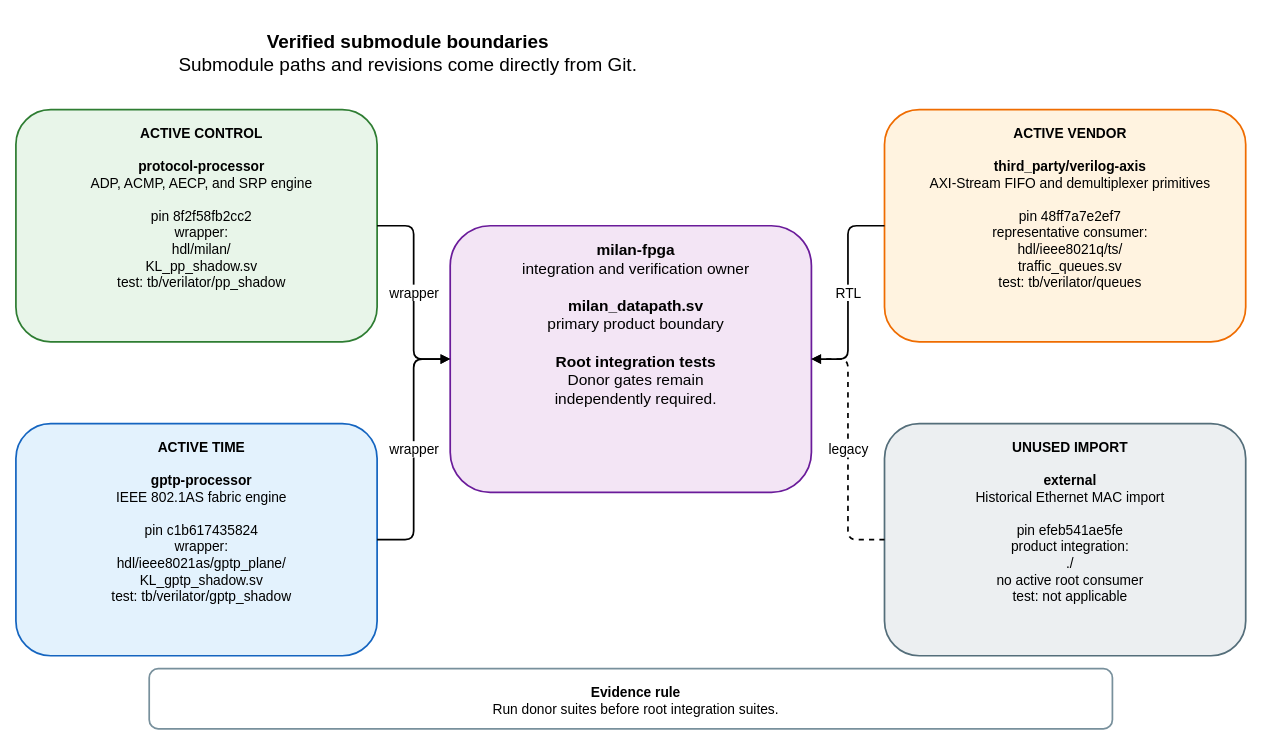
Above: docs/diagrams/submodule_boundaries.drawio in kebag-logic/milan-fpga (draw.io), before the change. Source tidied: cells renumbered, new cells numbered last; positions are measured from the earlier drawing's top-left corner, leaving out a move shared by most shapes. Both pictures are drawn from the tidied source at 86%, with x=0, y=0 at pixel (15, 15).
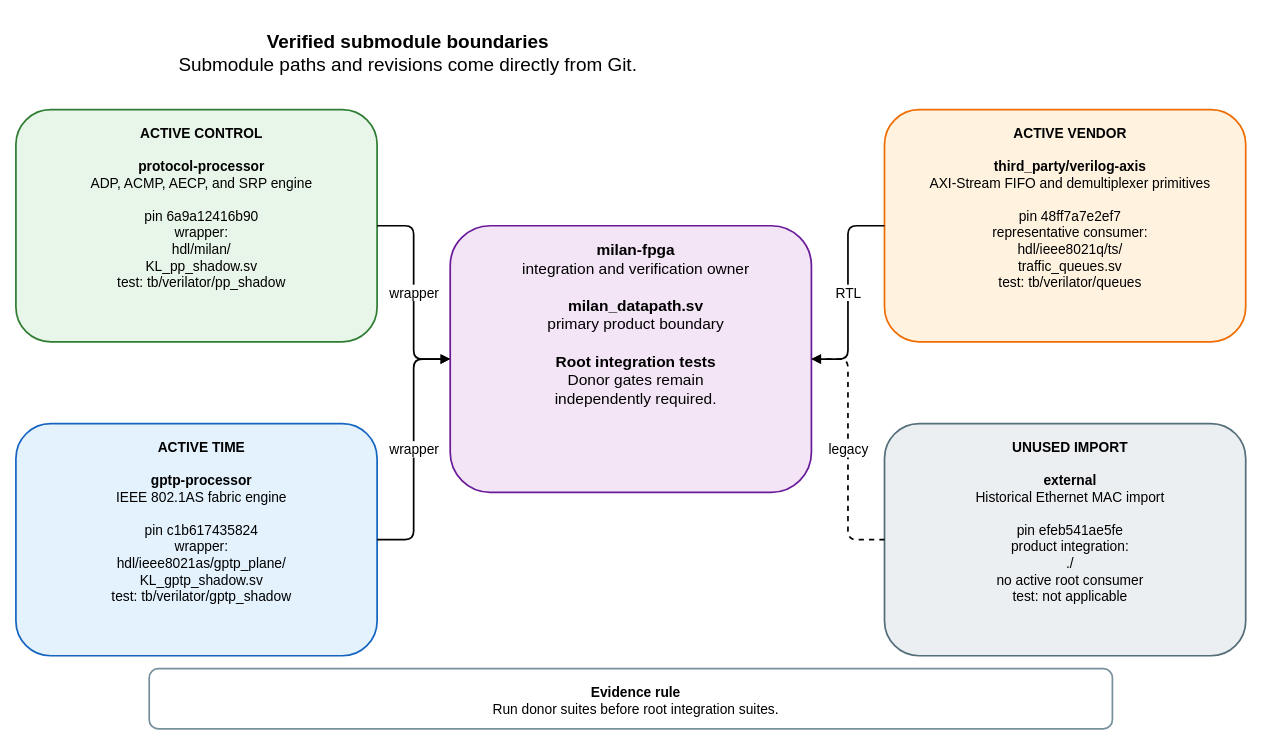
After the change.

What changed in the source:
```diff
@@
 <mxGraphModel>
   <root>
     <mxCell id="0" />
     <mxCell id="1" parent="0" />
     <mxCell id="2" value="&lt;b&gt;Verified submodule boundaries&lt;/b&gt;&lt;br&gt;Submodule paths and revisions come directly from Git." style="rounded=1;whiteSpace=wrap;html=1;verticalAlign=top;spacingTop=12;spacingLeft=12;fontSize=22;fontFamily=Helvetica;fillColor=none;strokeColor=none;strokeWidth=2;" parent="1" vertex="1">
       <mxGeometry width="900" height="65" as="geometry" />
     </mxCell>
     <mxCell id="3" value="&lt;b&gt;milan-fpga&lt;/b&gt;&lt;br&gt;integration and verification owner&lt;br&gt;&lt;br&gt;&lt;b&gt;milan_datapath.sv&lt;/b&gt;&lt;br&gt;primary product boundary&lt;br&gt;&lt;br&gt;&lt;b&gt;Root integration tests&lt;/b&gt;&lt;br&gt;Donor gates remain&lt;br&gt;independently required." style="rounded=1;whiteSpace=wrap;html=1;verticalAlign=top;spacingTop=12;spacingLeft=12;fontSize=18;fontFamily=Helvetica;fillColor=#F3E5F5;strokeColor=#6A1B9A;strokeWidth=2;" parent="1" vertex="1">
       <mxGeometry x="505" y="245" width="420" height="310" as="geometry" />
     </mxCell>
-    <mxCell id="4" value="&lt;b&gt;ACTIVE CONTROL&lt;/b&gt;&lt;br&gt;&lt;br&gt;&lt;b&gt;protocol-processor&lt;/b&gt;&lt;br&gt;ADP, ACMP, AECP, and SRP engine&lt;br&gt;&lt;br&gt;pin 8f2f58fb2cc2&lt;br&gt;wrapper:&lt;br&gt;hdl/milan/&lt;br&gt;KL_pp_shadow.sv&lt;br&gt;test: tb/verilator/pp_shadow" style="rounded=1;whiteSpace=wrap;html=1;verticalAlign=top;spacingTop=12;spacingLeft=12;fontSize=16;fontFamily=Helvetica;fillColor=#E8F5E9;strokeColor=#2E7D32;strokeWidth=2;" parent="1" vertex="1">
+    <mxCell id="4" value="&lt;b&gt;ACTIVE CONTROL&lt;/b&gt;&lt;br&gt;&lt;br&gt;&lt;b&gt;protocol-processor&lt;/b&gt;&lt;br&gt;ADP, ACMP, AECP, and SRP engine&lt;br&gt;&lt;br&gt;pin 6a9a12416b90&lt;br&gt;wrapper:&lt;br&gt;hdl/milan/&lt;br&gt;KL_pp_shadow.sv&lt;br&gt;test: tb/verilator/pp_shadow" style="rounded=1;whiteSpace=wrap;html=1;verticalAlign=top;spacingTop=12;spacingLeft=12;fontSize=16;fontFamily=Helvetica;fillColor=#E8F5E9;strokeColor=#2E7D32;strokeWidth=2;" parent="1" vertex="1">
       <mxGeometry y="110" width="420" height="270" as="geometry" />
     </mxCell>
     <mxCell id="5" value="&lt;b&gt;ACTIVE TIME&lt;/b&gt;&lt;br&gt;&lt;br&gt;&lt;b&gt;gptp-processor&lt;/b&gt;&lt;br&gt;IEEE 802.1AS fabric engine&lt;br&gt;&lt;br&gt;pin c1b617435824&lt;br&gt;wrapper:&lt;br&gt;hdl/ieee8021as/gptp_plane/&lt;br&gt;KL_gptp_shadow.sv&lt;br&gt;test: tb/verilator/gptp_shadow" style="rounded=1;whiteSpace=wrap;html=1;verticalAlign=top;spacingTop=12;spacingLeft=12;fontSize=16;fontFamily=Helvetica;fillColor=#E3F2FD;strokeColor=#1565C0;strokeWidth=2;" parent="1" vertex="1">
       <mxGeometry y="475" width="420" height="270" as="geometry" />
     </mxCell>
     <mxCell id="6" value="&lt;b&gt;ACTIVE VENDOR&lt;/b&gt;&lt;br&gt;&lt;br&gt;&lt;b&gt;third_party/verilog-axis&lt;/b&gt;&lt;br&gt;AXI-Stream FIFO and demultiplexer primitives&lt;br&gt;&lt;br&gt;pin 48ff7a7e2ef7&lt;br&gt;representative consumer:&lt;br&gt;hdl/ieee8021q/ts/&lt;br&gt;traffic_queues.sv&lt;br&gt;test: tb/verilator/queues" style="rounded=1;whiteSpace=wrap;html=1;verticalAlign=top;spacingTop=12;spacingLeft=12;fontSize=16;fontFamily=Helvetica;fillColor=#FFF3E0;strokeColor=#EF6C00;strokeWidth=2;" parent="1" vertex="1">
       <mxGeometry x="1010" y="110" width="420" height="270" as="geometry" />
     </mxCell>
     <mxCell id="7" value="&lt;b&gt;UNUSED IMPORT&lt;/b&gt;&lt;br&gt;&lt;br&gt;&lt;b&gt;external&lt;/b&gt;&lt;br&gt;Historical Ethernet MAC import&lt;br&gt;&lt;br&gt;pin efeb541ae5fe&lt;br&gt;product integration:&lt;br&gt;./&lt;br&gt;no active root consumer&lt;br&gt;test: not applicable" style="rounded=1;whiteSpace=wrap;html=1;verticalAlign=top;spacingTop=12;spacingLeft=12;fontSize=16;fontFamily=Helvetica;fillColor=#ECEFF1;strokeColor=#546E7A;strokeWidth=2;" parent="1" vertex="1">
       <mxGeometry x="1010" y="475" width="420" height="270" as="geometry" />
     </mxCell>
     <mxCell id="8" value="wrapper" style="edgeStyle=orthogonalEdgeStyle;rounded=1;jettySize=auto;html=1;endArrow=block;endFill=1;strokeWidth=2;fontSize=16;fontFamily=Helvetica;labelBackgroundColor=#FFFFFF;" parent="1" edge="1" source="4" target="3">
       <mxGeometry relative="1" as="geometry" />
     </mxCell>
     <mxCell id="9" value="wrapper" style="edgeStyle=orthogonalEdgeStyle;rounded=1;jettySize=auto;html=1;endArrow=block;endFill=1;strokeWidth=2;fontSize=16;fontFamily=Helvetica;labelBackgroundColor=#FFFFFF;" parent="1" edge="1" source="5" target="3">
       <mxGeometry relative="1" as="geometry" />
     </mxCell>
     <mxCell id="10" value="RTL" style="edgeStyle=orthogonalEdgeStyle;rounded=1;jettySize=auto;html=1;endArrow=block;endFill=1;strokeWidth=2;fontSize=16;fontFamily=Helvetica;labelBackgroundColor=#FFFFFF;" parent="1" edge="1" source="6" target="3">
       <mxGeometry relative="1" as="geometry" />
     </mxCell>
     <mxCell id="11" value="legacy" style="edgeStyle=orthogonalEdgeStyle;rounded=1;jettySize=auto;html=1;endArrow=block;endFill=1;strokeWidth=2;fontSize=16;fontFamily=Helvetica;labelBackgroundColor=#FFFFFF;dashed=1;" parent="1" edge="1" source="7" target="3">
       <mxGeometry relative="1" as="geometry" />
     </mxCell>
     <mxCell id="12" value="&lt;b&gt;Evidence rule&lt;/b&gt;&lt;br&gt;Run donor suites before root integration suites." style="rounded=1;whiteSpace=wrap;html=1;verticalAlign=top;spacingTop=12;spacingLeft=12;fontSize=16;fontFamily=Helvetica;fillColor=#FFFFFF;strokeColor=#78909C;strokeWidth=2;" parent="1" vertex="1">
       <mxGeometry x="155" y="760" width="1120" height="70" as="geometry" />
     </mxCell>
   </root>
 </mxGraphModel>
```
